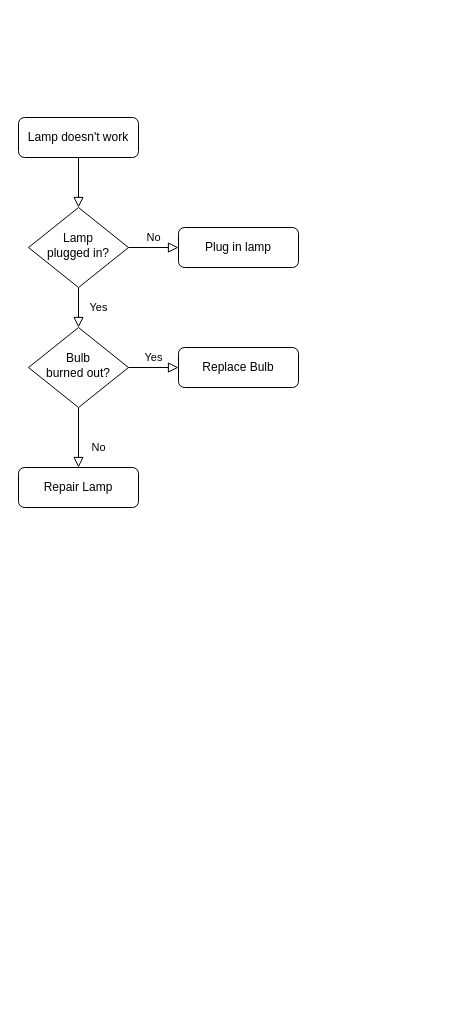
JamieJY/intro-to-Java keeps this draw.io diagram as cards.drawio. Above is the earlier version. Source tidied: cells renumbered, new cells numbered last; positions are measured from the earlier drawing's top-left corner, leaving out a move shared by most shapes. Both pictures are drawn from the tidied source at 100%, with x=0, y=0 at pixel (18, 117).
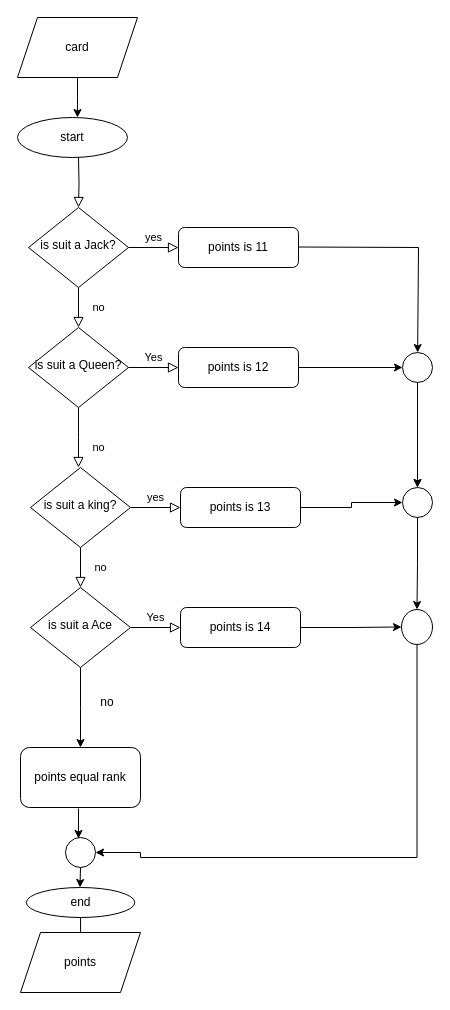
The same diagram, later.

Diff of the diagram source:
```diff
@@
-    <mxCell id="2" style="rounded=0;html=1;jettySize=auto;fontSize=11;endArrow=block;endFill=0;endSize=8;strokeWidth=1;shadow=0;labelBackgroundColor=none;edgeStyle=orthogonalEdgeStyle;" parent="1" edge="1" source="3" target="6">
-      <mxGeometry relative="1" as="geometry" />
+    <mxCell id="2" style="rounded=0;html=1;jettySize=auto;fontSize=11;endArrow=block;endFill=0;endSize=8;strokeWidth=1;shadow=0;labelBackgroundColor=none;edgeStyle=orthogonalEdgeStyle;" parent="1" edge="1" target="6">
+      <mxGeometry relative="1" as="geometry">
+        <mxPoint x="60" y="40" as="sourcePoint" />
+      </mxGeometry>
     </mxCell>
-    <mxCell id="3" value="Lamp doesn't work" style="rounded=1;whiteSpace=wrap;html=1;fontSize=12;glass=0;strokeWidth=1;shadow=0;" parent="1" vertex="1">
-      <mxGeometry width="120" height="40" as="geometry" />
-    </mxCell>
-    <mxCell id="4" value="Yes" style="rounded=0;html=1;jettySize=auto;fontSize=11;endArrow=block;endFill=0;endSize=8;strokeWidth=1;shadow=0;labelBackgroundColor=none;edgeStyle=orthogonalEdgeStyle;" parent="1" edge="1" source="6" target="10">
+    <mxCell id="4" value="no" style="rounded=0;html=1;jettySize=auto;fontSize=11;endArrow=block;endFill=0;endSize=8;strokeWidth=1;shadow=0;labelBackgroundColor=none;edgeStyle=orthogonalEdgeStyle;" parent="1" edge="1" source="6" target="10">
       <mxGeometry y="20" relative="1" as="geometry" />
     </mxCell>
-    <mxCell id="5" value="No" style="edgeStyle=orthogonalEdgeStyle;rounded=0;html=1;jettySize=auto;fontSize=11;endArrow=block;endFill=0;endSize=8;strokeWidth=1;shadow=0;labelBackgroundColor=none;" parent="1" edge="1" source="6" target="7">
+    <mxCell id="5" value="yes" style="edgeStyle=orthogonalEdgeStyle;rounded=0;html=1;jettySize=auto;fontSize=11;endArrow=block;endFill=0;endSize=8;strokeWidth=1;shadow=0;labelBackgroundColor=none;" parent="1" edge="1" source="6" target="7">
       <mxGeometry y="10" relative="1" as="geometry" />
     </mxCell>
-    <mxCell id="6" value="Lamp&lt;br&gt;plugged in?" style="rhombus;whiteSpace=wrap;html=1;shadow=0;fontFamily=Helvetica;fontSize=12;align=center;strokeWidth=1;spacing=6;spacingTop=-4;" parent="1" vertex="1">
+    <mxCell id="6" value="is suit a Jack?" style="rhombus;whiteSpace=wrap;html=1;shadow=0;fontFamily=Helvetica;fontSize=12;align=center;strokeWidth=1;spacing=6;spacingTop=-4;" parent="1" vertex="1">
       <mxGeometry x="10" y="90" width="100" height="80" as="geometry" />
     </mxCell>
-    <mxCell id="7" value="Plug in lamp" style="rounded=1;whiteSpace=wrap;html=1;fontSize=12;glass=0;strokeWidth=1;shadow=0;" parent="1" vertex="1">
+    <mxCell id="7" value="points is 11" style="rounded=1;whiteSpace=wrap;html=1;fontSize=12;glass=0;strokeWidth=1;shadow=0;" parent="1" vertex="1">
       <mxGeometry x="160" y="110" width="120" height="40" as="geometry" />
     </mxCell>
-    <mxCell id="8" value="No" style="rounded=0;html=1;jettySize=auto;fontSize=11;endArrow=block;endFill=0;endSize=8;strokeWidth=1;shadow=0;labelBackgroundColor=none;edgeStyle=orthogonalEdgeStyle;" parent="1" edge="1" source="10" target="11">
-      <mxGeometry x="0.33" y="20" relative="1" as="geometry" />
+    <mxCell id="8" value="no" style="rounded=0;html=1;jettySize=auto;fontSize=11;endArrow=block;endFill=0;endSize=8;strokeWidth=1;shadow=0;labelBackgroundColor=none;edgeStyle=orthogonalEdgeStyle;" parent="1" edge="1" source="10">
+      <mxGeometry x="0.33" y="20" relative="1" as="geometry">
+        <mxPoint x="60" y="350" as="targetPoint" />
+      </mxGeometry>
     </mxCell>
@@
-    <mxCell id="10" value="Bulb&lt;br&gt;burned out?" style="rhombus;whiteSpace=wrap;html=1;shadow=0;fontFamily=Helvetica;fontSize=12;align=center;strokeWidth=1;spacing=6;spacingTop=-4;" parent="1" vertex="1">
+    <mxCell id="10" value="is suit a Queen?" style="rhombus;whiteSpace=wrap;html=1;shadow=0;fontFamily=Helvetica;fontSize=12;align=center;strokeWidth=1;spacing=6;spacingTop=-4;" parent="1" vertex="1">
       <mxGeometry x="10" y="210" width="100" height="80" as="geometry" />
     </mxCell>
-    <mxCell id="11" value="Repair Lamp" style="rounded=1;whiteSpace=wrap;html=1;fontSize=12;glass=0;strokeWidth=1;shadow=0;" parent="1" vertex="1">
-      <mxGeometry y="350" width="120" height="40" as="geometry" />
-    </mxCell>
+    <mxCell id="13" style="edgeStyle=orthogonalEdgeStyle;rounded=0;jettySize=auto;html=1;" parent="1" edge="1" source="12" target="38">
+      <mxGeometry relative="1" as="geometry" />
+    </mxCell>
-    <mxCell id="12" value="Replace Bulb" style="rounded=1;whiteSpace=wrap;html=1;fontSize=12;glass=0;strokeWidth=1;shadow=0;" parent="1" vertex="1">
+    <mxCell id="12" value="points is 12" style="rounded=1;whiteSpace=wrap;html=1;fontSize=12;glass=0;strokeWidth=1;shadow=0;" parent="1" vertex="1">
       <mxGeometry x="160" y="230" width="120" height="40" as="geometry" />
     </mxCell>
+    <mxCell id="14" style="edgeStyle=orthogonalEdgeStyle;rounded=0;jettySize=auto;html=1;" parent="1" edge="1" source="15">
+      <mxGeometry relative="1" as="geometry">
+        <mxPoint x="59" as="targetPoint" />
+      </mxGeometry>
+    </mxCell>
+    <mxCell id="15" value="card" style="shape=parallelogram;perimeter=parallelogramPerimeter;whiteSpace=wrap;html=1;fixedSize=1;" parent="1" vertex="1">
+      <mxGeometry x="-1" y="-100" width="120" height="60" as="geometry" />
+    </mxCell>
+    <mxCell id="16" value="start" style="ellipse;whiteSpace=wrap;html=1;" parent="1" vertex="1">
+      <mxGeometry x="-1" width="110" height="40" as="geometry" />
+    </mxCell>
+    <mxCell id="17" value="no" style="rounded=0;html=1;jettySize=auto;fontSize=11;endArrow=block;endFill=0;endSize=8;strokeWidth=1;shadow=0;labelBackgroundColor=none;edgeStyle=orthogonalEdgeStyle;" parent="1" edge="1" source="19" target="24">
+      <mxGeometry y="20" relative="1" as="geometry" />
+    </mxCell>
+    <mxCell id="18" value="yes" style="edgeStyle=orthogonalEdgeStyle;rounded=0;html=1;jettySize=auto;fontSize=11;endArrow=block;endFill=0;endSize=8;strokeWidth=1;shadow=0;labelBackgroundColor=none;" parent="1" edge="1" source="19" target="21">
+      <mxGeometry y="10" relative="1" as="geometry" />
+    </mxCell>
+    <mxCell id="19" value="is suit a king?" style="rhombus;whiteSpace=wrap;html=1;shadow=0;fontFamily=Helvetica;fontSize=12;align=center;strokeWidth=1;spacing=6;spacingTop=-4;" parent="1" vertex="1">
+      <mxGeometry x="12" y="350" width="100" height="80" as="geometry" />
+    </mxCell>
+    <mxCell id="20" style="edgeStyle=orthogonalEdgeStyle;rounded=0;jettySize=auto;html=1;" parent="1" edge="1" source="21" target="40">
+      <mxGeometry relative="1" as="geometry" />
+    </mxCell>
+    <mxCell id="21" value="points is 13" style="rounded=1;whiteSpace=wrap;html=1;fontSize=12;glass=0;strokeWidth=1;shadow=0;" parent="1" vertex="1">
+      <mxGeometry x="162" y="370" width="120" height="40" as="geometry" />
+    </mxCell>
+    <mxCell id="22" value="Yes" style="edgeStyle=orthogonalEdgeStyle;rounded=0;html=1;jettySize=auto;fontSize=11;endArrow=block;endFill=0;endSize=8;strokeWidth=1;shadow=0;labelBackgroundColor=none;" parent="1" edge="1" source="24" target="26">
+      <mxGeometry y="10" relative="1" as="geometry" />
+    </mxCell>
+    <mxCell id="23" style="edgeStyle=orthogonalEdgeStyle;rounded=0;jettySize=auto;html=1;" parent="1" edge="1" source="24">
+      <mxGeometry relative="1" as="geometry">
+        <mxPoint x="62" y="630" as="targetPoint" />
+      </mxGeometry>
+    </mxCell>
+    <mxCell id="24" value="is suit a Ace" style="rhombus;whiteSpace=wrap;html=1;shadow=0;fontFamily=Helvetica;fontSize=12;align=center;strokeWidth=1;spacing=6;spacingTop=-4;" parent="1" vertex="1">
+      <mxGeometry x="12" y="470" width="100" height="80" as="geometry" />
+    </mxCell>
+    <mxCell id="25" style="edgeStyle=orthogonalEdgeStyle;rounded=0;jettySize=auto;html=1;" parent="1" edge="1" source="26" target="42">
+      <mxGeometry relative="1" as="geometry" />
+    </mxCell>
+    <mxCell id="26" value="points is 14" style="rounded=1;whiteSpace=wrap;html=1;fontSize=12;glass=0;strokeWidth=1;shadow=0;" parent="1" vertex="1">
+      <mxGeometry x="162" y="490" width="120" height="40" as="geometry" />
+    </mxCell>
+    <mxCell id="27" value="no" style="text;html=1;strokeColor=none;fillColor=none;align=center;verticalAlign=middle;whiteSpace=wrap;rounded=0;" parent="1" vertex="1">
+      <mxGeometry x="59" y="570" width="60" height="30" as="geometry" />
+    </mxCell>
+    <mxCell id="28" value="points equal rank" style="rounded=1;whiteSpace=wrap;html=1;" parent="1" vertex="1">
+      <mxGeometry x="2" y="630" width="120" height="60" as="geometry" />
+    </mxCell>
+    <mxCell id="29" style="edgeStyle=orthogonalEdgeStyle;rounded=0;jettySize=auto;html=1;" parent="1" edge="1" source="30" target="31">
+      <mxGeometry relative="1" as="geometry" />
+    </mxCell>
+    <mxCell id="30" value="end" style="ellipse;whiteSpace=wrap;html=1;" parent="1" vertex="1">
+      <mxGeometry x="7.8" y="770" width="108.5" height="30" as="geometry" />
+    </mxCell>
+    <mxCell id="31" value="points" style="shape=parallelogram;perimeter=parallelogramPerimeter;whiteSpace=wrap;html=1;fixedSize=1;" parent="1" vertex="1">
+      <mxGeometry x="2" y="815" width="120" height="60" as="geometry" />
+    </mxCell>
+    <mxCell id="32" style="ellipse;whiteSpace=wrap;html=1;" parent="1" vertex="1">
+      <mxGeometry x="47" y="720" width="30" height="30" as="geometry" />
+    </mxCell>
+    <mxCell id="33" style="endArrow=classic;html=1;rounded=0;exitX=0.5;exitY=1;exitDx=0;exitDy=0;" parent="1" edge="1" source="32">
+      <mxGeometry relative="1" as="geometry">
+        <mxPoint x="61.5" y="770" as="targetPoint" />
+      </mxGeometry>
+    </mxCell>
+    <mxCell id="34" style="endArrow=classic;html=1;rounded=0;" parent="1" edge="1">
+      <mxGeometry relative="1" as="geometry">
+        <mxPoint x="60" y="691" as="sourcePoint" />
+        <mxPoint x="60" y="721" as="targetPoint" />
+      </mxGeometry>
+    </mxCell>
+    <mxCell id="35" style="endArrow=classic;html=1;rounded=0;" parent="1" edge="1" target="38">
+      <mxGeometry relative="1" as="geometry">
+        <mxPoint x="280" y="129.5" as="sourcePoint" />
+        <Array as="points">
+          <mxPoint x="400" y="130" />
+        </Array>
+      </mxGeometry>
+    </mxCell>
+    <mxCell id="36" style="edgeStyle=orthogonalEdgeStyle;rounded=0;jettySize=auto;html=1;" parent="1" edge="1" source="38">
+      <mxGeometry relative="1" as="geometry">
+        <mxPoint x="399" y="370" as="targetPoint" />
+      </mxGeometry>
+    </mxCell>
+    <mxCell id="37" style="edgeStyle=orthogonalEdgeStyle;rounded=0;jettySize=auto;html=1;" parent="1" edge="1" source="38" target="40">
+      <mxGeometry relative="1" as="geometry" />
+    </mxCell>
+    <mxCell id="38" style="ellipse;whiteSpace=wrap;html=1;" parent="1" vertex="1">
+      <mxGeometry x="384" y="235" width="30" height="30" as="geometry" />
+    </mxCell>
+    <mxCell id="39" style="edgeStyle=orthogonalEdgeStyle;rounded=0;jettySize=auto;html=1;" parent="1" edge="1" source="40" target="42">
+      <mxGeometry relative="1" as="geometry" />
+    </mxCell>
+    <mxCell id="40" style="ellipse;whiteSpace=wrap;html=1;" parent="1" vertex="1">
+      <mxGeometry x="384" y="370" width="30" height="30" as="geometry" />
+    </mxCell>
+    <mxCell id="41" style="edgeStyle=orthogonalEdgeStyle;rounded=0;jettySize=auto;html=1;entryX=1;entryY=0.5;entryDx=0;entryDy=0;" parent="1" edge="1" source="42" target="32">
+      <mxGeometry relative="1" as="geometry">
+        <Array as="points">
+          <mxPoint x="399" y="740" />
+          <mxPoint x="122" y="740" />
+          <mxPoint x="122" y="735" />
+        </Array>
+      </mxGeometry>
+    </mxCell>
+    <mxCell id="42" style="ellipse;whiteSpace=wrap;html=1;" parent="1" vertex="1">
+      <mxGeometry x="383" y="492" width="31" height="35" as="geometry" />
+    </mxCell>
```
